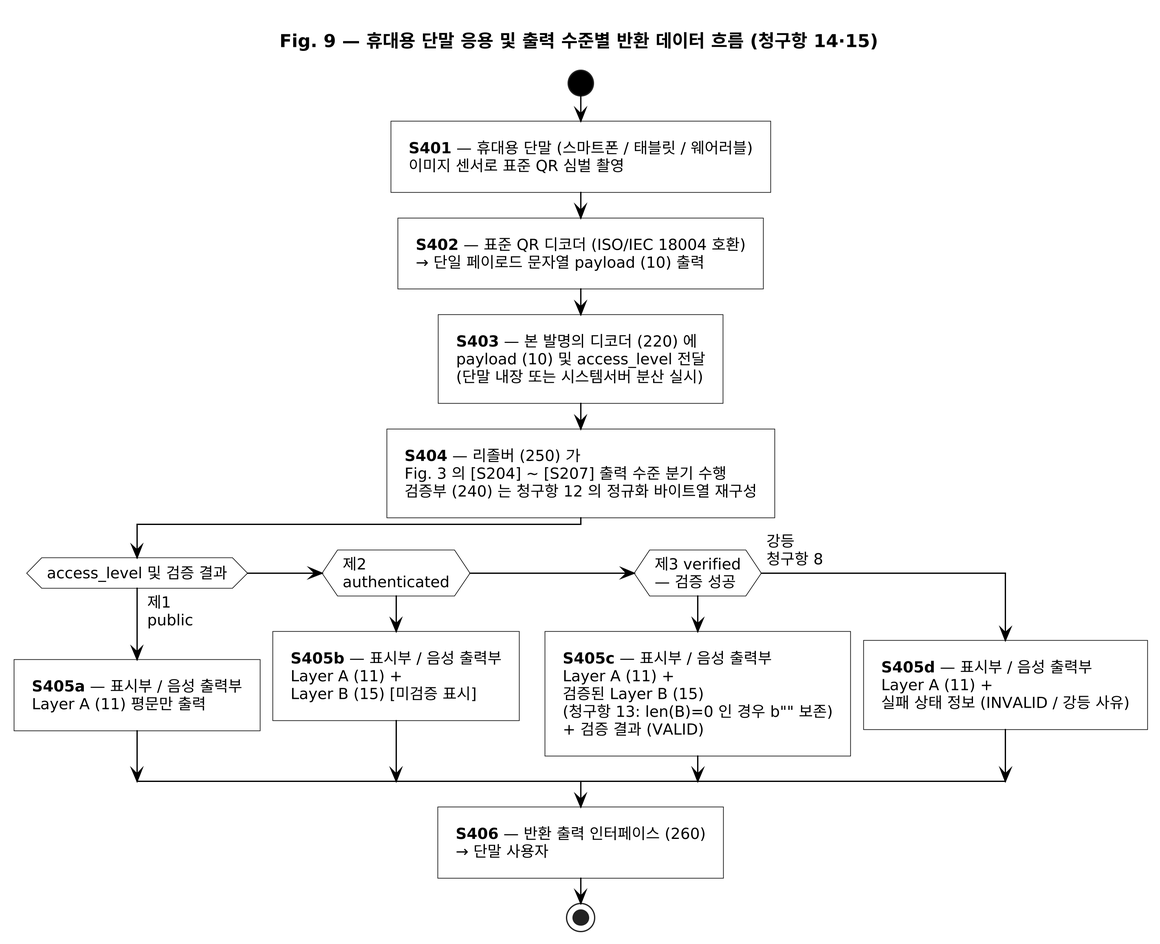
The PlantUML diagram docs/patent/figures/rendered/fig6_mobile_terminal_flow.png in rae-hugo-kim/QoverRap, before a commit. Source of this version:
```plantuml
@startuml fig9_mobile_terminal_flow
!include _kipo_style.iuml

title Fig. 9 — 휴대용 단말 응용 및 출력 수준별 반환 데이터 흐름 (청구항 14·15)

start

:**S401** — 휴대용 단말 (스마트폰 / 태블릿 / 웨어러블)\n이미지 센서로 표준 QR 심벌 촬영;

:**S402** — 표준 QR 디코더 (ISO/IEC 18004 호환)\n→ 단일 페이로드 문자열 payload (10) 출력;

:**S403** — 본 발명의 디코더 (220) 에\npayload (10) 및 access_level 전달\n(단말 내장 또는 시스템서버 분산 실시);

:**S404** — 리졸버 (250) 가\nFig. 3 의 [S204] ~ [S207] 출력 수준 분기 수행\n검증부 (240) 는 청구항 12 의 정규화 바이트열 재구성;

if (access_level 및 검증 결과) then (제1\npublic)
  :**S405a** — 표시부 / 음성 출력부\nLayer A (11) 평문만 출력;
elseif (제2\nauthenticated) then
  :**S405b** — 표시부 / 음성 출력부\nLayer A (11) +\nLayer B (15) [미검증 표시];
elseif (제3 verified\n— 검증 성공) then
  :**S405c** — 표시부 / 음성 출력부\nLayer A (11) +\n검증된 Layer B (15)\n(청구항 13: len(B)=0 인 경우 b"" 보존)\n+ 검증 결과 (VALID);
else (강등\n청구항 8)
  :**S405d** — 표시부 / 음성 출력부\nLayer A (11) +\n실패 상태 정보 (INVALID / 강등 사유);
endif

:**S406** — 반환 출력 인터페이스 (260)\n→ 단말 사용자;

stop

@enduml
```
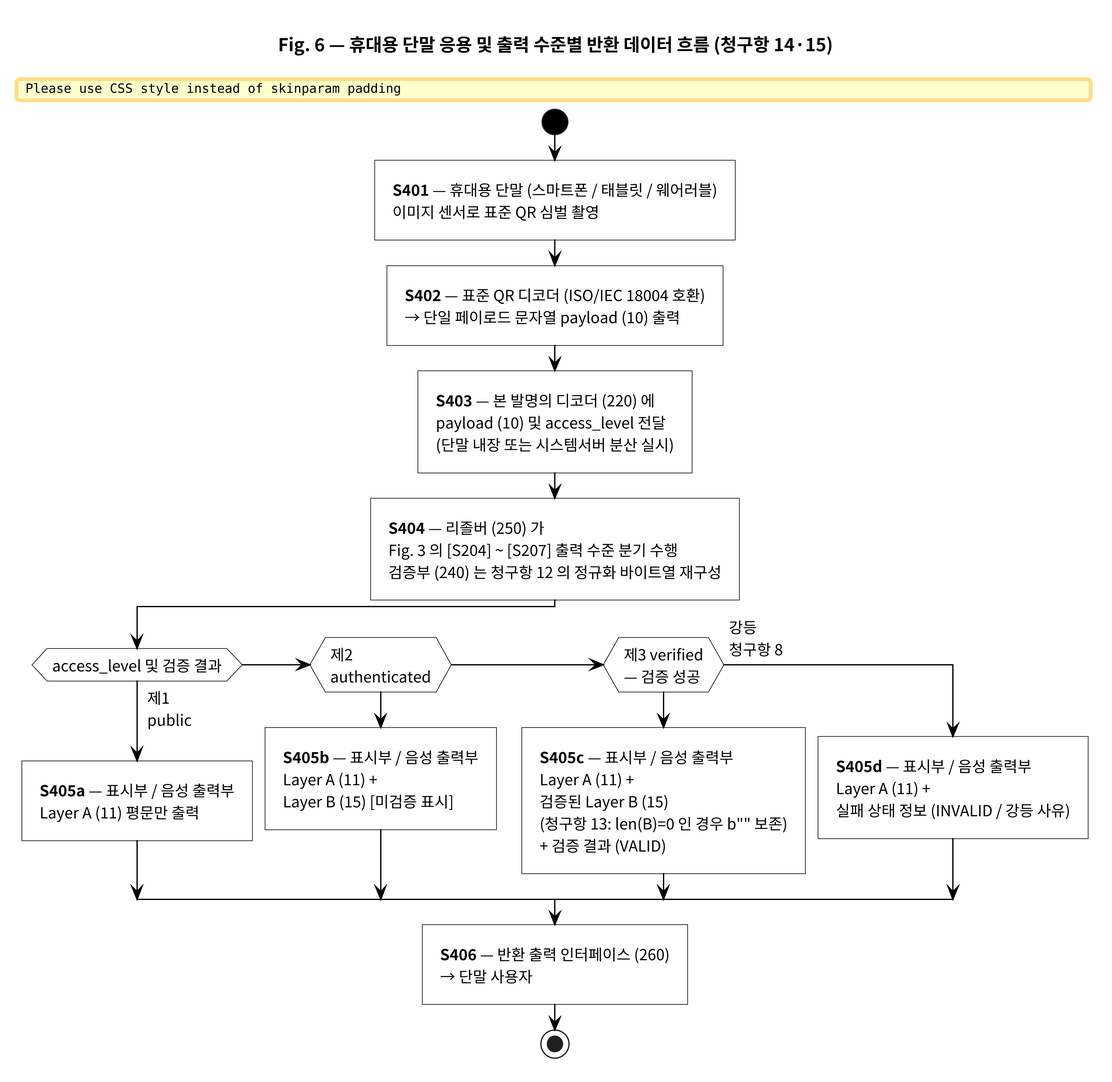
The same file after the commit.

Diff of the diagram source:
```diff
@@ -1,7 +1,7 @@
-@startuml fig9_mobile_terminal_flow
+@startuml fig6_mobile_terminal_flow
 !include _kipo_style.iuml
 
-title Fig. 9 — 휴대용 단말 응용 및 출력 수준별 반환 데이터 흐름 (청구항 14·15)
+title Fig. 6 — 휴대용 단말 응용 및 출력 수준별 반환 데이터 흐름 (청구항 14·15)
 
 start
 
```
